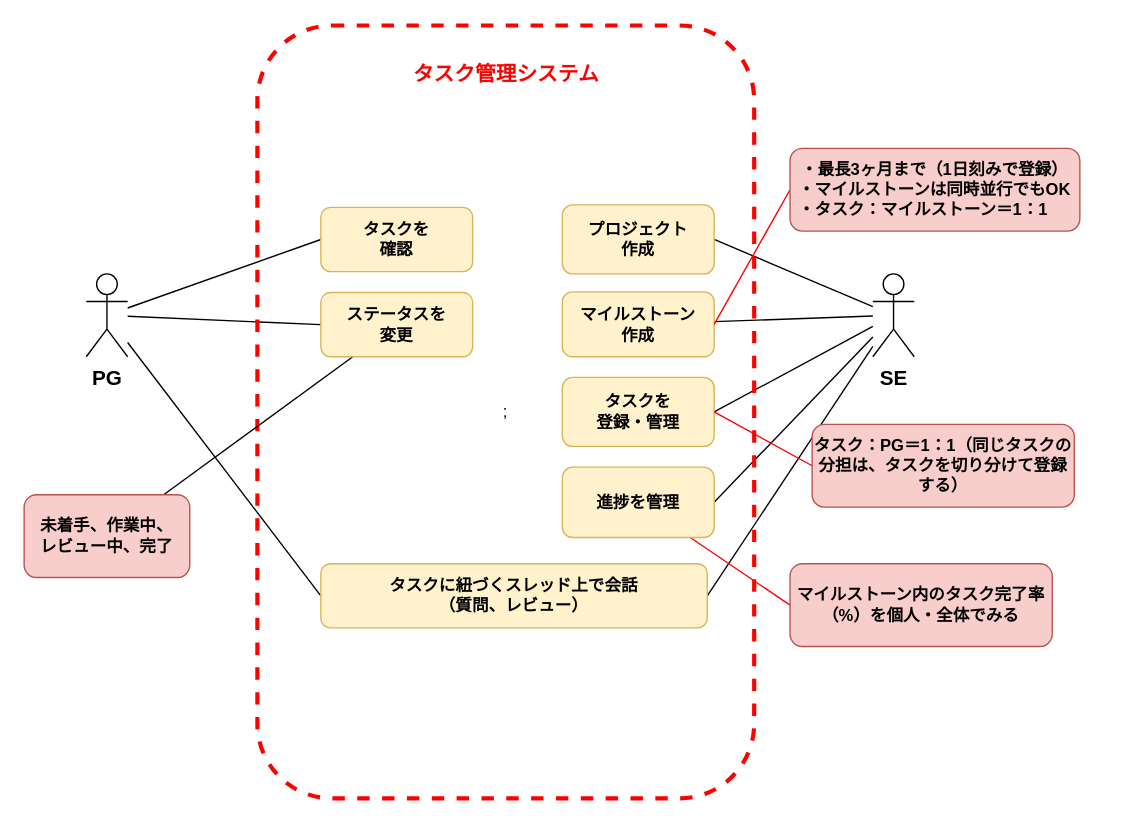
haseryo0403/functional-design-technical-design keeps this draw.io diagram as page "ユースケース図" (2 of 4) of 名称未設定ファイル.drawio. Above is the earlier version. Source tidied: cells renumbered, new cells numbered last; positions are measured from the earlier drawing's top-left corner, leaving out a move shared by most shapes. Both pictures are drawn from the tidied source at 138%, with x=0, y=0 at pixel (23, 25).
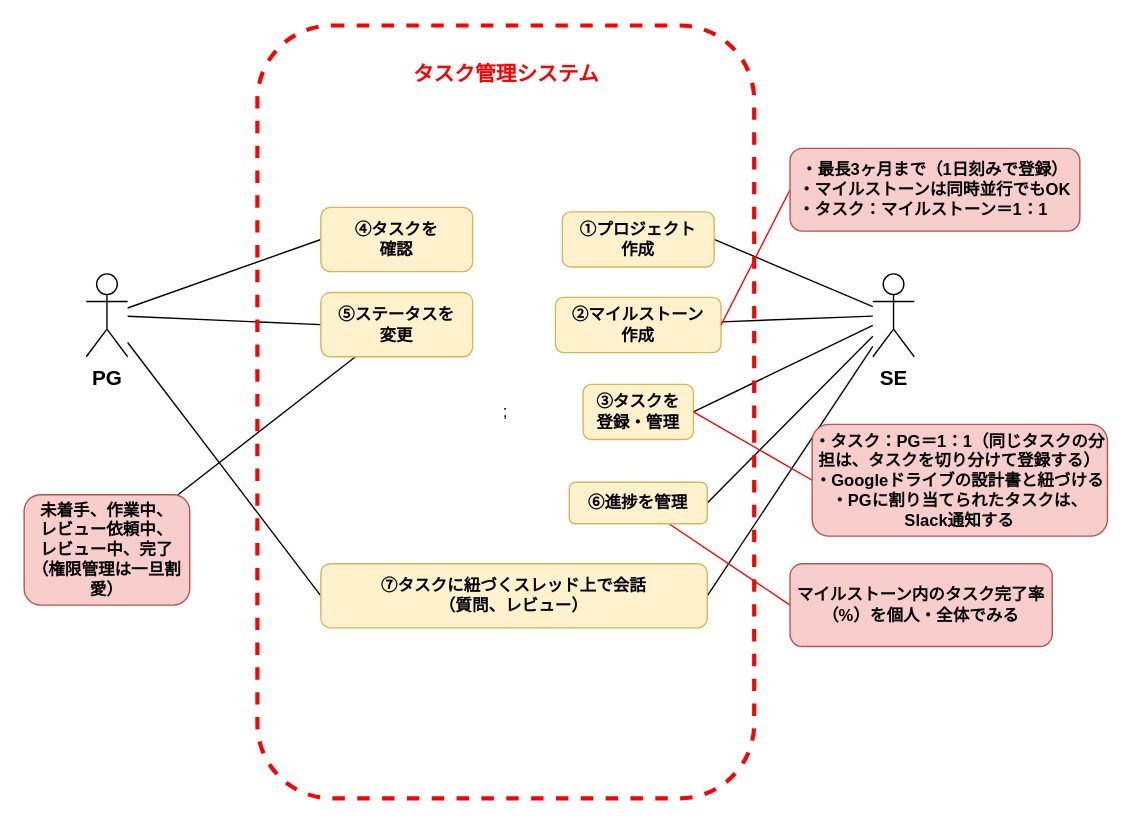
Above is the later version.

The edit, as a diff of the source:
```diff
@@
-    <mxCell id="14" value="プロジェクト&lt;div&gt;作成&lt;/div&gt;" style="rounded=1;whiteSpace=wrap;html=1;align=center;verticalAlign=middle;fontFamily=Helvetica;fontSize=12;fontStyle=1;fillColor=#fff2cc;absoluteArcSize=0;strokeColor=#d6b656;" parent="1" vertex="1">
-      <mxGeometry x="390" y="130" width="110" height="50" as="geometry" />
+    <mxCell id="14" value="①プロジェクト&lt;div&gt;作成&lt;/div&gt;" style="rounded=1;whiteSpace=wrap;html=1;align=center;verticalAlign=middle;fontFamily=Helvetica;fontSize=12;fontStyle=1;fillColor=#fff2cc;absoluteArcSize=0;strokeColor=#d6b656;" parent="1" vertex="1">
+      <mxGeometry x="390" y="135" width="110" height="40" as="geometry" />
     </mxCell>
-    <mxCell id="15" value="タスクを&lt;div&gt;登録・管理&lt;/div&gt;" style="rounded=1;whiteSpace=wrap;html=1;align=center;verticalAlign=middle;fontFamily=Helvetica;fontSize=12;fontStyle=1;fillColor=#fff2cc;absoluteArcSize=0;strokeColor=#d6b656;" parent="1" vertex="1">
-      <mxGeometry x="390" y="255" width="110" height="50" as="geometry" />
+    <mxCell id="15" value="③タスクを&lt;div&gt;登録・管理&lt;/div&gt;" style="rounded=1;whiteSpace=wrap;html=1;align=center;verticalAlign=middle;fontFamily=Helvetica;fontSize=12;fontStyle=1;fillColor=#fff2cc;absoluteArcSize=0;strokeColor=#d6b656;" parent="1" vertex="1">
+      <mxGeometry x="405" y="260" width="80" height="40" as="geometry" />
     </mxCell>
-    <mxCell id="16" value="マイルストーン&lt;div&gt;作成&lt;/div&gt;" style="rounded=1;whiteSpace=wrap;html=1;align=center;verticalAlign=middle;fontFamily=Helvetica;fontSize=12;fontStyle=1;fillColor=#fff2cc;absoluteArcSize=0;strokeColor=#d6b656;" parent="1" vertex="1">
-      <mxGeometry x="390" y="193" width="110" height="47" as="geometry" />
+    <mxCell id="16" value="②マイルストーン&lt;div&gt;作成&lt;/div&gt;" style="rounded=1;whiteSpace=wrap;html=1;align=center;verticalAlign=middle;fontFamily=Helvetica;fontSize=12;fontStyle=1;fillColor=#fff2cc;absoluteArcSize=0;strokeColor=#d6b656;" parent="1" vertex="1">
+      <mxGeometry x="385" y="197" width="120" height="40" as="geometry" />
     </mxCell>
@@
-    <mxCell id="18" value="進捗を管理" style="rounded=1;whiteSpace=wrap;html=1;align=center;verticalAlign=middle;fontFamily=Helvetica;fontSize=12;fontStyle=1;fillColor=#fff2cc;absoluteArcSize=0;strokeColor=#d6b656;" parent="1" vertex="1">
-      <mxGeometry x="390" y="320" width="110" height="51" as="geometry" />
+    <mxCell id="18" value="⑥進捗を管理" style="rounded=1;whiteSpace=wrap;html=1;align=center;verticalAlign=middle;fontFamily=Helvetica;fontSize=12;fontStyle=1;fillColor=#fff2cc;absoluteArcSize=0;strokeColor=#d6b656;" parent="1" vertex="1">
+      <mxGeometry x="395" y="331" width="100" height="30" as="geometry" />
     </mxCell>
-    <mxCell id="19" value="タスクを&lt;div&gt;確認&lt;/div&gt;" style="rounded=1;whiteSpace=wrap;html=1;align=center;verticalAlign=middle;fontFamily=Helvetica;fontSize=12;fontStyle=1;fillColor=#fff2cc;absoluteArcSize=0;strokeColor=#d6b656;" parent="1" vertex="1">
+    <mxCell id="19" value="④タスクを&lt;div&gt;確認&lt;/div&gt;" style="rounded=1;whiteSpace=wrap;html=1;align=center;verticalAlign=middle;fontFamily=Helvetica;fontSize=12;fontStyle=1;fillColor=#fff2cc;absoluteArcSize=0;strokeColor=#d6b656;" parent="1" vertex="1">
       <mxGeometry x="215" y="131.8" width="110" height="46.5" as="geometry" />
     </mxCell>
@@
-    <mxCell id="21" value="ステータスを&lt;div&gt;変更&lt;/div&gt;" style="rounded=1;whiteSpace=wrap;html=1;align=center;verticalAlign=middle;fontFamily=Helvetica;fontSize=12;fontStyle=1;fillColor=#fff2cc;absoluteArcSize=0;strokeColor=#d6b656;" parent="1" vertex="1">
+    <mxCell id="21" value="⑤ステータスを&lt;div&gt;変更&lt;/div&gt;" style="rounded=1;whiteSpace=wrap;html=1;align=center;verticalAlign=middle;fontFamily=Helvetica;fontSize=12;fontStyle=1;fillColor=#fff2cc;absoluteArcSize=0;strokeColor=#d6b656;" parent="1" vertex="1">
       <mxGeometry x="215" y="193.5" width="110" height="46.5" as="geometry" />
     </mxCell>
-    <mxCell id="22" value="タスクに紐づくスレッド上で会話&lt;div&gt;（質問、レビュー&lt;span style=&quot;background-color: initial;&quot;&gt;）&lt;/span&gt;&lt;/div&gt;" style="rounded=1;whiteSpace=wrap;html=1;align=center;verticalAlign=middle;fontFamily=Helvetica;fontSize=12;fontStyle=1;fillColor=#fff2cc;absoluteArcSize=0;strokeColor=#d6b656;" parent="1" vertex="1">
+    <mxCell id="22" value="⑦タスクに紐づくスレッド上で会話&lt;div&gt;（質問、レビュー&lt;span style=&quot;background-color: initial;&quot;&gt;）&lt;/span&gt;&lt;/div&gt;" style="rounded=1;whiteSpace=wrap;html=1;align=center;verticalAlign=middle;fontFamily=Helvetica;fontSize=12;fontStyle=1;fillColor=#fff2cc;absoluteArcSize=0;strokeColor=#d6b656;" parent="1" vertex="1">
       <mxGeometry x="215" y="390" width="280" height="46.5" as="geometry" />
     </mxCell>
-    <mxCell id="23" value="未着手、作業中、&lt;div&gt;レビュー中、完了&lt;/div&gt;" style="whiteSpace=wrap;html=1;fillColor=#f8cecc;strokeColor=#b85450;rounded=1;fontStyle=1;" parent="1" vertex="1">
-      <mxGeometry y="340" width="120" height="60" as="geometry" />
+    <mxCell id="23" value="未着手、作業中、&lt;div&gt;レビュー依頼中、&lt;/div&gt;&lt;div&gt;レビュー中、完了&lt;/div&gt;&lt;div&gt;（権限管理は一旦割愛）&lt;/div&gt;" style="whiteSpace=wrap;html=1;fillColor=#f8cecc;strokeColor=#b85450;rounded=1;fontStyle=1;" parent="1" vertex="1">
+      <mxGeometry y="340" width="120" height="80" as="geometry" />
     </mxCell>
@@
-    <mxCell id="27" value="タスク：PG＝1：1（同じタスクの分担は、タスクを切り分けて登録する&lt;span style=&quot;background-color: initial;&quot;&gt;）&lt;/span&gt;" style="whiteSpace=wrap;html=1;fillColor=#f8cecc;strokeColor=#b85450;rounded=1;fontStyle=1;" parent="1" vertex="1">
-      <mxGeometry x="571" y="289" width="190" height="60" as="geometry" />
+    <mxCell id="27" value="・タスク：PG＝1：1（同じタスクの分担は、タスクを切り分けて登録する&lt;span style=&quot;background-color: initial;&quot;&gt;）&lt;/span&gt;&lt;div&gt;&lt;span style=&quot;background-color: initial;&quot;&gt;・Googleドライブの設計書と紐づける&lt;/span&gt;&lt;/div&gt;&lt;div&gt;&lt;span style=&quot;background-color: initial;&quot;&gt;・PGに割り当てられたタスクは、Slack通知する&lt;/span&gt;&lt;/div&gt;" style="whiteSpace=wrap;html=1;fillColor=#f8cecc;strokeColor=#b85450;rounded=1;fontStyle=1;" parent="1" vertex="1">
+      <mxGeometry x="571" y="289" width="214" height="81" as="geometry" />
     </mxCell>
```
